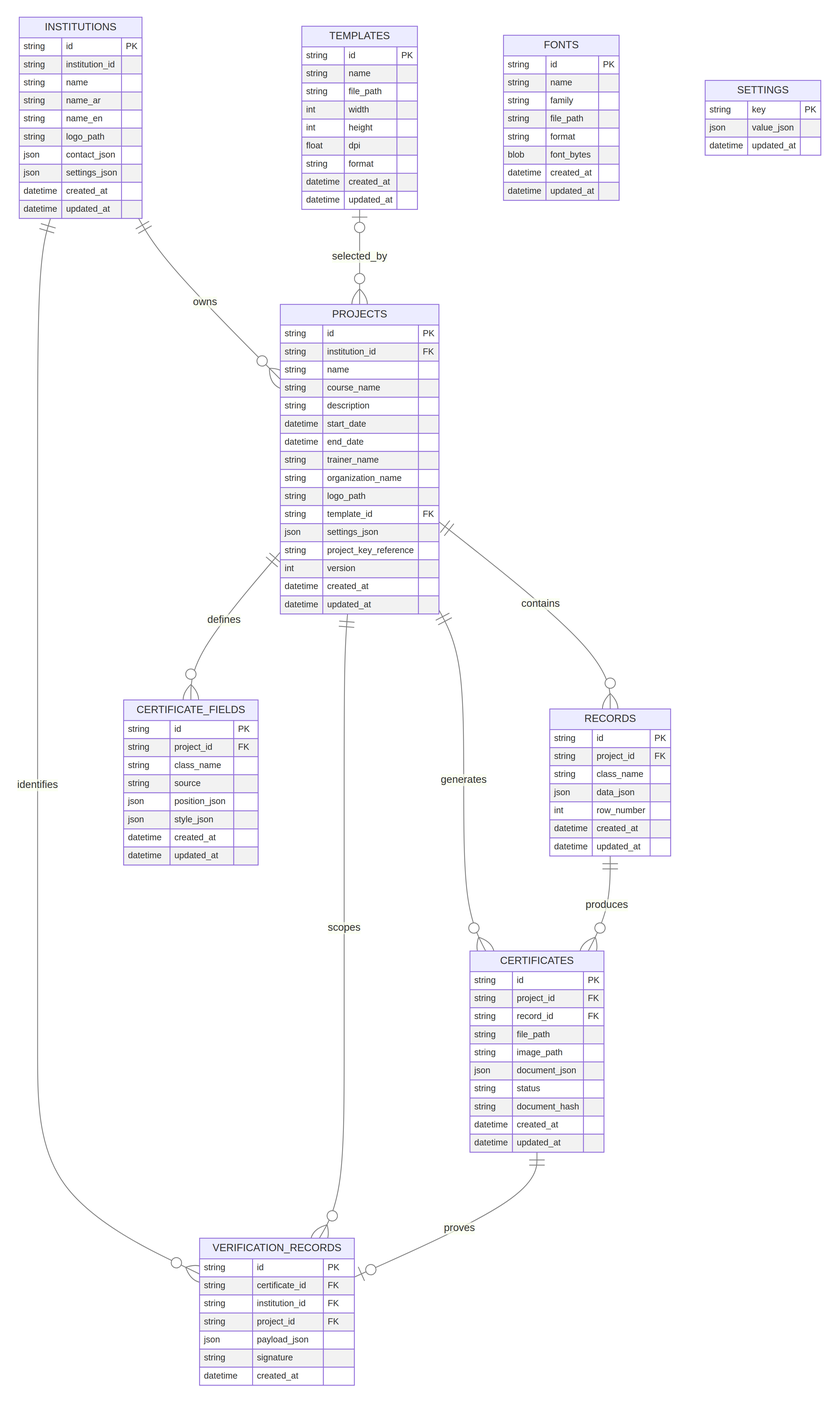
Before: docs/database-erd.png, a diagram exported from Mermaid (Emran025/Certificate-Studio). Its source is kept beside it as docs/database-erd.mmd.
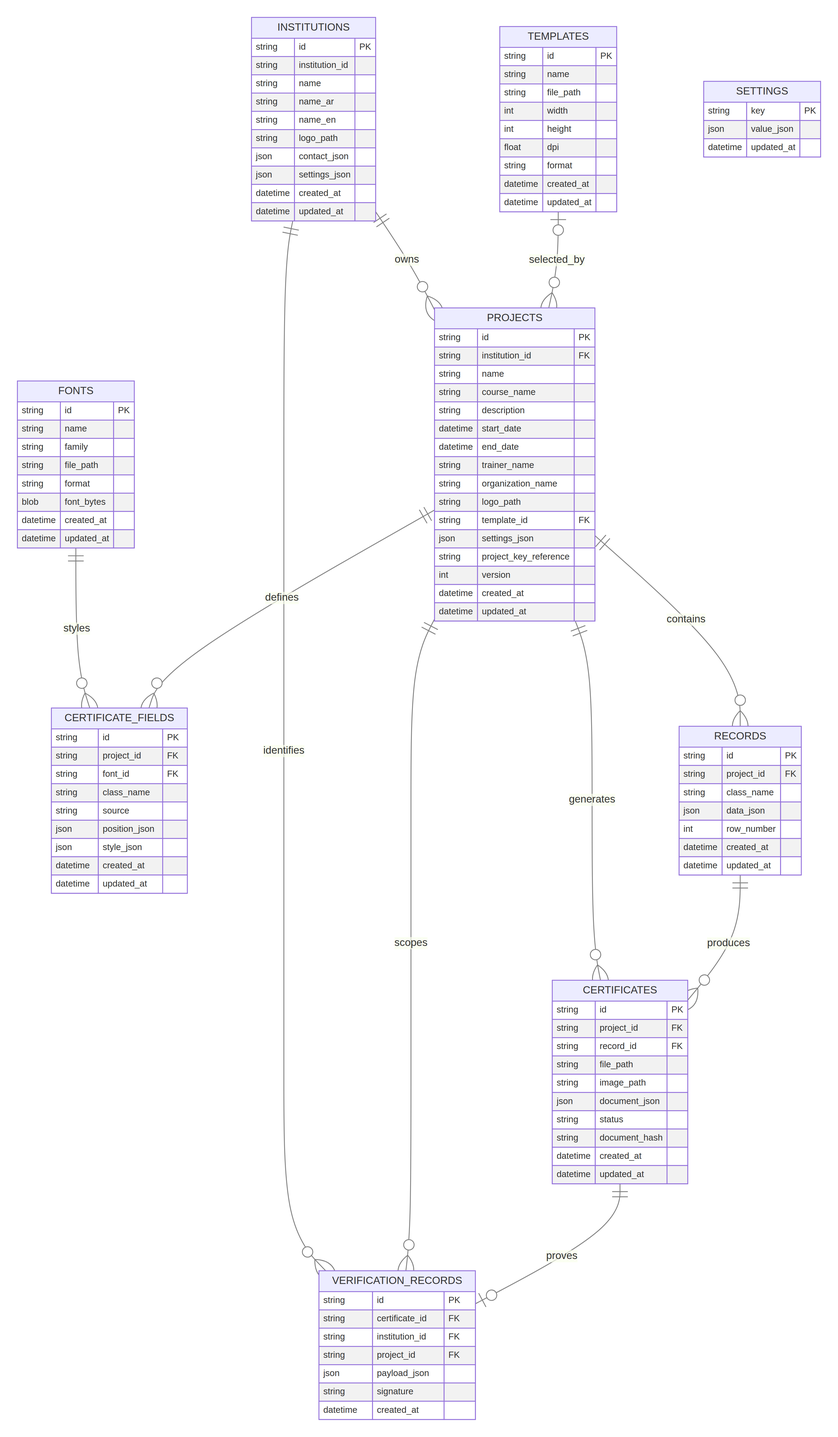
The same diagram one commit later.

Commit message:
fix(database): link certificate fields to fonts

What changed in the source:
```diff
@@ -2,6 +2,7 @@
     INSTITUTIONS ||--o{ PROJECTS : owns
     INSTITUTIONS ||--o{ VERIFICATION_RECORDS : identifies
     TEMPLATES o|--o{ PROJECTS : selected_by
+    FONTS ||--o{ CERTIFICATE_FIELDS : styles
     PROJECTS ||--o{ RECORDS : contains
     PROJECTS ||--o{ CERTIFICATE_FIELDS : defines
     PROJECTS ||--o{ CERTIFICATES : generates
@@ -77,6 +78,7 @@
     CERTIFICATE_FIELDS {
         string id PK
         string project_id FK
+        string font_id FK
         string class_name
         string source
         json position_json
```
